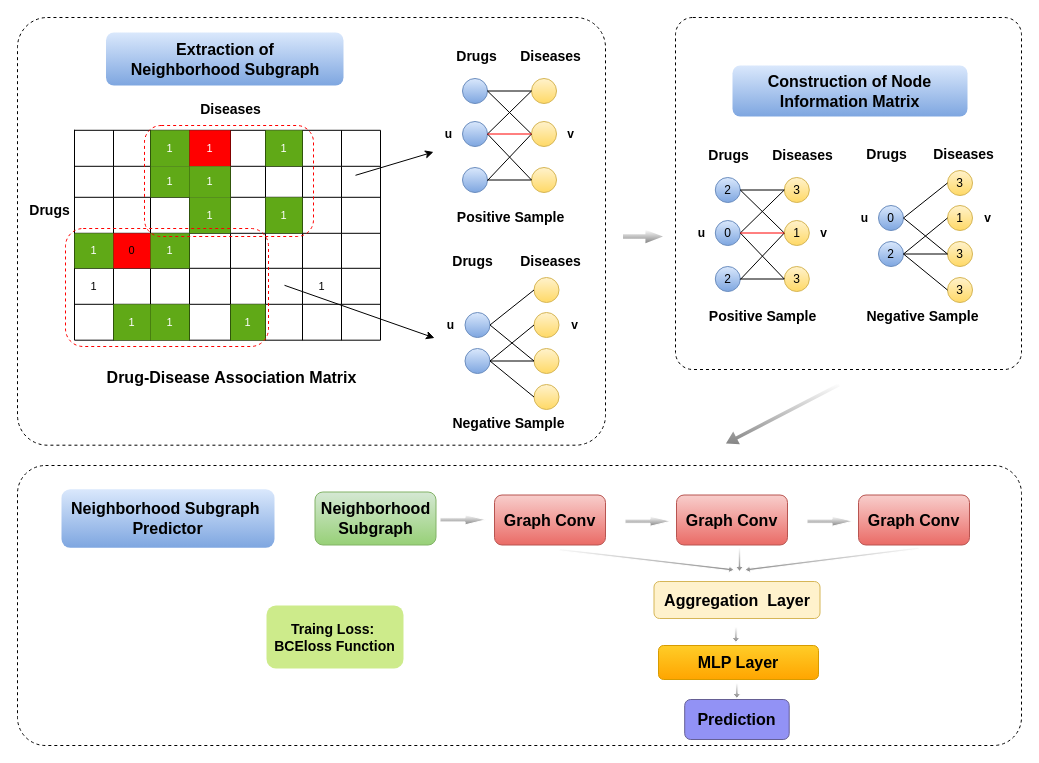
Earlier version of the draw.io diagram page "第 3 页" (3 of 5) of 未命名绘图.drawio (nanfengk/hello-world). Source tidied: cells renumbered, new cells numbered last; positions are measured from the earlier drawing's top-left corner, leaving out a move shared by most shapes. Both pictures are drawn from the tidied source at 100%, with x=0, y=0 at pixel (17, 17).
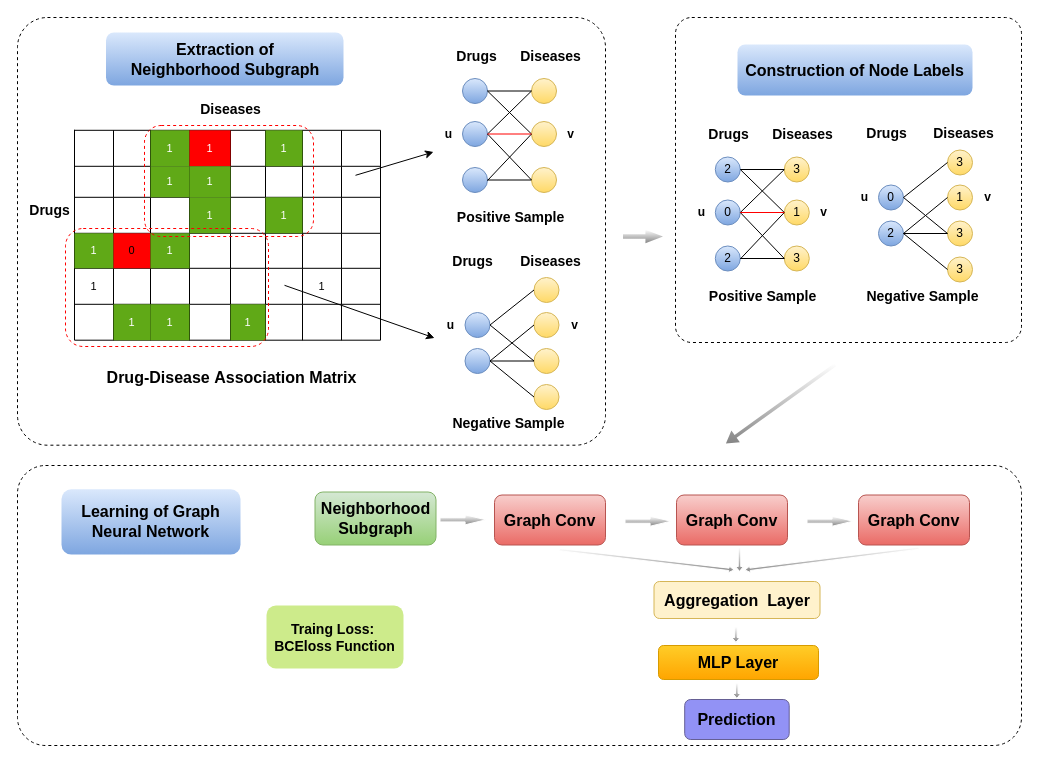
The same page after the edit.

Commit message:
更新未命名绘图.drawio

What changed in the source:
```diff
@@
     <mxCell id="2" style="rounded=1;whiteSpace=wrap;html=1;glass=1;fillColor=none;dashed=1;strokeWidth=1;shadow=0;arcSize=5;" parent="1" vertex="1">
-      <mxGeometry x="658" width="346" height="352" as="geometry" />
+      <mxGeometry x="658" width="346" height="325" as="geometry" />
     </mxCell>
@@
     <mxCell id="101" value="2" style="ellipse;whiteSpace=wrap;html=1;rounded=0;sketch=0;strokeWidth=1;fillColor=#dae8fc;strokeColor=#6c8ebf;gradientColor=#7ea6e0;" parent="1" vertex="1">
-      <mxGeometry x="697.8" y="160" width="25" height="25" as="geometry" />
+      <mxGeometry x="697.8" y="139.5" width="25" height="25" as="geometry" />
     </mxCell>
     <mxCell id="102" value="3" style="ellipse;whiteSpace=wrap;html=1;rounded=0;sketch=0;strokeWidth=1;fillColor=#fff2cc;strokeColor=#d6b656;gradientColor=#ffd966;" parent="1" vertex="1">
-      <mxGeometry x="766.8" y="160" width="25" height="25" as="geometry" />
+      <mxGeometry x="766.8" y="139.5" width="25" height="25" as="geometry" />
     </mxCell>
     <mxCell id="103" value="0" style="ellipse;whiteSpace=wrap;html=1;rounded=0;sketch=0;strokeWidth=1;fillColor=#dae8fc;strokeColor=#6c8ebf;gradientColor=#7ea6e0;" parent="1" vertex="1">
-      <mxGeometry x="697.8" y="203" width="25" height="25" as="geometry" />
+      <mxGeometry x="697.8" y="182.5" width="25" height="25" as="geometry" />
     </mxCell>
     <mxCell id="104" value="2" style="ellipse;whiteSpace=wrap;html=1;rounded=0;sketch=0;strokeWidth=1;fillColor=#dae8fc;strokeColor=#6c8ebf;gradientColor=#7ea6e0;" parent="1" vertex="1">
-      <mxGeometry x="697.8" y="249" width="25" height="25" as="geometry" />
+      <mxGeometry x="697.8" y="228.5" width="25" height="25" as="geometry" />
     </mxCell>
     <mxCell id="105" value="3" style="ellipse;whiteSpace=wrap;html=1;rounded=0;sketch=0;strokeWidth=1;fillColor=#fff2cc;strokeColor=#d6b656;gradientColor=#ffd966;" parent="1" vertex="1">
-      <mxGeometry x="766.8" y="249" width="25" height="25" as="geometry" />
+      <mxGeometry x="766.8" y="228.5" width="25" height="25" as="geometry" />
     </mxCell>
     <mxCell id="106" value="1" style="ellipse;whiteSpace=wrap;html=1;rounded=0;sketch=0;strokeWidth=1;fillColor=#fff2cc;strokeColor=#d6b656;gradientColor=#ffd966;" parent="1" vertex="1">
-      <mxGeometry x="766.8" y="203" width="25" height="25" as="geometry" />
+      <mxGeometry x="766.8" y="182.5" width="25" height="25" as="geometry" />
     </mxCell>
     <mxCell id="107" value="&lt;font color=&quot;#000000&quot;&gt;&lt;b&gt;u&lt;/b&gt;&lt;/font&gt;" style="text;html=1;align=center;verticalAlign=middle;strokeColor=none;fillColor=none;fontSize=12;fontColor=#FF0000;" parent="1" vertex="1">
-      <mxGeometry x="675.2" y="206.5" width="17" height="18" as="geometry" />
+      <mxGeometry x="675.2" y="186" width="17" height="18" as="geometry" />
     </mxCell>
     <mxCell id="108" value="&lt;font color=&quot;#000000&quot;&gt;&lt;b&gt;v&lt;/b&gt;&lt;/font&gt;" style="text;html=1;align=center;verticalAlign=middle;strokeColor=none;fillColor=none;fontSize=12;fontColor=#FF0000;" parent="1" vertex="1">
-      <mxGeometry x="797.8" y="206.5" width="16" height="18" as="geometry" />
+      <mxGeometry x="797.8" y="186" width="16" height="18" as="geometry" />
     </mxCell>
     <mxCell id="109" value="&lt;b&gt;&lt;font style=&quot;font-size: 14px&quot;&gt;Drugs&lt;/font&gt;&lt;/b&gt;" style="text;html=1;align=center;verticalAlign=middle;strokeColor=none;fillColor=none;fontSize=11;" parent="1" vertex="1">
-      <mxGeometry x="686.2" y="129" width="50" height="17" as="geometry" />
+      <mxGeometry x="686.2" y="108.5" width="50" height="17" as="geometry" />
     </mxCell>
     <mxCell id="110" value="&lt;b&gt;&lt;font style=&quot;font-size: 14px&quot;&gt;Diseases&lt;/font&gt;&lt;/b&gt;" style="text;html=1;align=center;verticalAlign=middle;strokeColor=none;fillColor=none;fontSize=11;" parent="1" vertex="1">
-      <mxGeometry x="749.8" y="129" width="71" height="17" as="geometry" />
+      <mxGeometry x="749.8" y="108.5" width="71" height="17" as="geometry" />
     </mxCell>
@@
     <mxCell id="116" style="endArrow=none;html=1;rounded=1;labelBackgroundColor=none;sketch=0;fontSize=12;fontColor=#000000;strokeColor=#000000;strokeWidth=1;curved=0;exitX=0;exitY=0.5;exitDx=0;exitDy=0;" parent="1" edge="1" source="106">
       <mxGeometry relative="1" as="geometry">
-        <mxPoint x="722.8" y="262" as="targetPoint" />
+        <mxPoint x="722.8" y="241.5" as="targetPoint" />
       </mxGeometry>
     </mxCell>
     <mxCell id="117" value="&lt;font color=&quot;#000000&quot;&gt;&lt;b&gt;&lt;font style=&quot;font-size: 14px&quot;&gt;Positive Sample&lt;/font&gt;&lt;/b&gt;&lt;br&gt;&lt;/font&gt;" style="text;html=1;align=center;verticalAlign=middle;strokeColor=none;fillColor=none;fontSize=9;fontColor=#FF0000;" parent="1" vertex="1">
-      <mxGeometry x="686.2" y="291" width="118" height="16" as="geometry" />
+      <mxGeometry x="686.2" y="270.5" width="118" height="16" as="geometry" />
     </mxCell>
@@
     <mxCell id="119" value="2" style="ellipse;whiteSpace=wrap;html=1;rounded=0;sketch=0;strokeWidth=1;fillColor=#dae8fc;strokeColor=#6c8ebf;gradientColor=#7ea6e0;" parent="1" vertex="1">
-      <mxGeometry x="861" y="224" width="25" height="25" as="geometry" />
+      <mxGeometry x="861" y="203.5" width="25" height="25" as="geometry" />
     </mxCell>
     <mxCell id="120" value="3" style="ellipse;whiteSpace=wrap;html=1;rounded=0;sketch=0;strokeWidth=1;fillColor=#fff2cc;strokeColor=#d6b656;gradientColor=#ffd966;" parent="1" vertex="1">
-      <mxGeometry x="930" y="153" width="25" height="25" as="geometry" />
+      <mxGeometry x="930" y="132.5" width="25" height="25" as="geometry" />
     </mxCell>
     <mxCell id="121" value="0" style="ellipse;whiteSpace=wrap;html=1;rounded=0;sketch=0;strokeWidth=1;fillColor=#dae8fc;strokeColor=#6c8ebf;gradientColor=#7ea6e0;" parent="1" vertex="1">
-      <mxGeometry x="861" y="188" width="25" height="25" as="geometry" />
+      <mxGeometry x="861" y="167.5" width="25" height="25" as="geometry" />
     </mxCell>
     <mxCell id="122" value="3" style="ellipse;whiteSpace=wrap;html=1;rounded=0;sketch=0;strokeWidth=1;fillColor=#fff2cc;strokeColor=#d6b656;gradientColor=#ffd966;" parent="1" vertex="1">
-      <mxGeometry x="930" y="224" width="25" height="25" as="geometry" />
+      <mxGeometry x="930" y="203.5" width="25" height="25" as="geometry" />
     </mxCell>
     <mxCell id="123" value="1" style="ellipse;whiteSpace=wrap;html=1;rounded=0;sketch=0;strokeWidth=1;fillColor=#fff2cc;strokeColor=#d6b656;gradientColor=#ffd966;" parent="1" vertex="1">
-      <mxGeometry x="930" y="188" width="25" height="25" as="geometry" />
+      <mxGeometry x="930" y="167.5" width="25" height="25" as="geometry" />
     </mxCell>
     <mxCell id="124" value="&lt;font color=&quot;#000000&quot;&gt;&lt;b&gt;u&lt;/b&gt;&lt;/font&gt;" style="text;html=1;align=center;verticalAlign=middle;strokeColor=none;fillColor=none;fontSize=12;fontColor=#FF0000;" parent="1" vertex="1">
-      <mxGeometry x="838" y="191.5" width="17" height="18" as="geometry" />
+      <mxGeometry x="838" y="171" width="17" height="18" as="geometry" />
     </mxCell>
     <mxCell id="125" value="&lt;font color=&quot;#000000&quot;&gt;&lt;b&gt;v&lt;/b&gt;&lt;/font&gt;" style="text;html=1;align=center;verticalAlign=middle;strokeColor=none;fillColor=none;fontSize=12;fontColor=#FF0000;" parent="1" vertex="1">
-      <mxGeometry x="962" y="191.5" width="16" height="18" as="geometry" />
+      <mxGeometry x="962" y="171" width="16" height="18" as="geometry" />
     </mxCell>
     <mxCell id="126" value="&lt;b&gt;&lt;font style=&quot;font-size: 14px&quot;&gt;Drugs&lt;/font&gt;&lt;/b&gt;" style="text;html=1;align=center;verticalAlign=middle;strokeColor=none;fillColor=none;fontSize=11;" parent="1" vertex="1">
-      <mxGeometry x="843.5" y="128" width="50" height="17" as="geometry" />
+      <mxGeometry x="843.5" y="107.5" width="50" height="17" as="geometry" />
     </mxCell>
     <mxCell id="127" value="&lt;b&gt;&lt;font style=&quot;font-size: 14px&quot;&gt;Diseases&lt;/font&gt;&lt;/b&gt;" style="text;html=1;align=center;verticalAlign=middle;strokeColor=none;fillColor=none;fontSize=11;" parent="1" vertex="1">
-      <mxGeometry x="910.5" y="128" width="71" height="17" as="geometry" />
+      <mxGeometry x="910.5" y="107.5" width="71" height="17" as="geometry" />
     </mxCell>
     <mxCell id="128" value="3" style="ellipse;whiteSpace=wrap;html=1;rounded=0;sketch=0;strokeWidth=1;fillColor=#fff2cc;strokeColor=#d6b656;gradientColor=#ffd966;" parent="1" vertex="1">
-      <mxGeometry x="930" y="260" width="25" height="25" as="geometry" />
+      <mxGeometry x="930" y="239.5" width="25" height="25" as="geometry" />
     </mxCell>
@@
     <mxCell id="134" value="&lt;font color=&quot;#000000&quot;&gt;&lt;b&gt;&lt;font style=&quot;font-size: 14px&quot;&gt;Negative Sample&lt;/font&gt;&lt;/b&gt;&lt;br&gt;&lt;/font&gt;" style="text;html=1;align=center;verticalAlign=middle;strokeColor=none;fillColor=none;fontSize=9;fontColor=#FF0000;" parent="1" vertex="1">
-      <mxGeometry x="843.5" y="291" width="122" height="16" as="geometry" />
+      <mxGeometry x="843.5" y="270.5" width="122" height="16" as="geometry" />
     </mxCell>
-    <mxCell id="135" value="&lt;span style=&quot;&quot; lang=&quot;EN-US&quot;&gt;&lt;font style=&quot;font-size: 16px;&quot;&gt;&lt;b&gt;Construction of Node Information Matrix&lt;/b&gt;&lt;/font&gt;&lt;/span&gt;" style="rounded=1;whiteSpace=wrap;html=1;shadow=0;dashed=1;sketch=0;fontSize=9;strokeColor=none;strokeWidth=1;fillColor=#dae8fc;gradientColor=#7ea6e0;" parent="1" vertex="1">
-      <mxGeometry x="715" y="48" width="235" height="51" as="geometry" />
+    <mxCell id="135" value="&lt;span style=&quot;&quot; lang=&quot;EN-US&quot;&gt;&lt;font style=&quot;font-size: 16px;&quot;&gt;&lt;b&gt;Construction of Node Labels&lt;/b&gt;&lt;/font&gt;&lt;/span&gt;" style="rounded=1;whiteSpace=wrap;html=1;shadow=0;dashed=1;sketch=0;fontSize=9;strokeColor=none;strokeWidth=1;fillColor=#dae8fc;gradientColor=#7ea6e0;" parent="1" vertex="1">
+      <mxGeometry x="720" y="27" width="235" height="51" as="geometry" />
     </mxCell>
@@
     <mxCell id="137" style="shape=flexArrow;endArrow=classic;html=1;rounded=1;labelBackgroundColor=none;sketch=0;fontSize=9;fontColor=#FF0000;strokeColor=none;strokeWidth=1;curved=0;fillColor=#858585;gradientColor=#ffffff;endWidth=10.011890606420927;endSize=3.652873563218391;width=3.4482758620689657;gradientDirection=north;" parent="1" edge="1">
       <mxGeometry relative="1" as="geometry">
-        <mxPoint x="822" y="367" as="sourcePoint" />
+        <mxPoint x="818" y="347" as="sourcePoint" />
         <mxPoint x="708" y="426.2" as="targetPoint" />
       </mxGeometry>
     </mxCell>
@@
-    <mxCell id="155" value="&lt;b style=&quot;font-size: 14px&quot;&gt;&lt;font style=&quot;font-size: 16px&quot;&gt;Neighborhood Subgraph&amp;nbsp; Predictor&lt;/font&gt;&lt;/b&gt;" style="rounded=1;whiteSpace=wrap;html=1;shadow=0;dashed=1;sketch=0;fontSize=9;strokeColor=none;strokeWidth=1;fillColor=#dae8fc;gradientColor=#7ea6e0;" parent="1" vertex="1">
-      <mxGeometry x="44" y="471.8" width="213" height="58.5" as="geometry" />
+    <mxCell id="155" value="&lt;font style=&quot;font-size: 16px;&quot;&gt;&lt;b&gt;Learning of Graph Neural Network&lt;/b&gt;&lt;/font&gt;" style="rounded=1;whiteSpace=wrap;html=1;shadow=0;dashed=1;sketch=0;fontSize=9;strokeColor=none;strokeWidth=1;fillColor=#dae8fc;gradientColor=#7ea6e0;" parent="1" vertex="1">
+      <mxGeometry x="44" y="471.8" width="179" height="65.2" as="geometry" />
     </mxCell>
```
